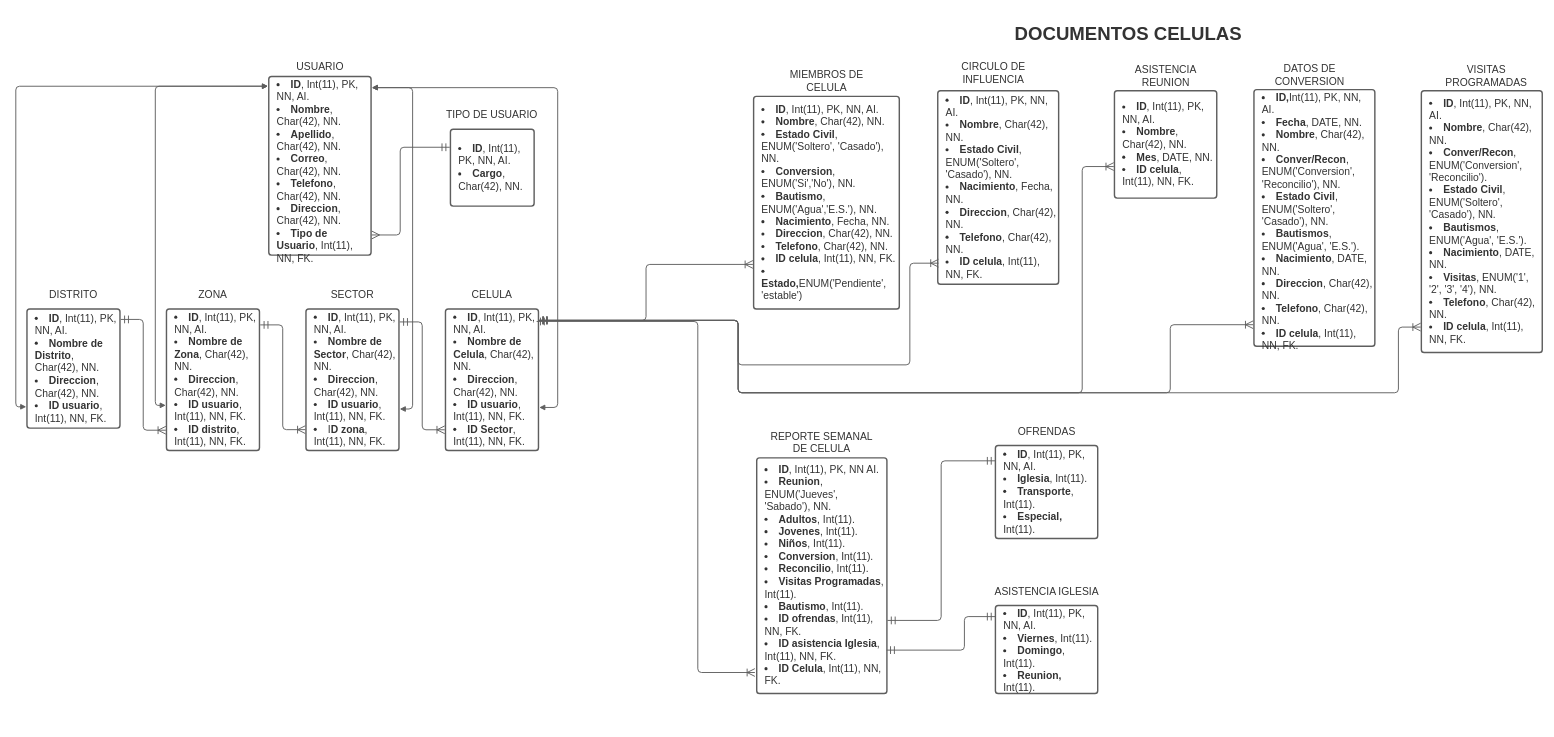
Above: page "entidad-relacion" (1 of 2) of Diagrama 1.drawio in KJCarvajal/la-cosecha (draw.io), before the change. Source tidied: cells renumbered, new cells numbered last; positions are measured from the earlier drawing's top-left corner, leaving out a move shared by most shapes. Both pictures are drawn from the tidied source at 62%, with x=0, y=0 at pixel (16, 11).
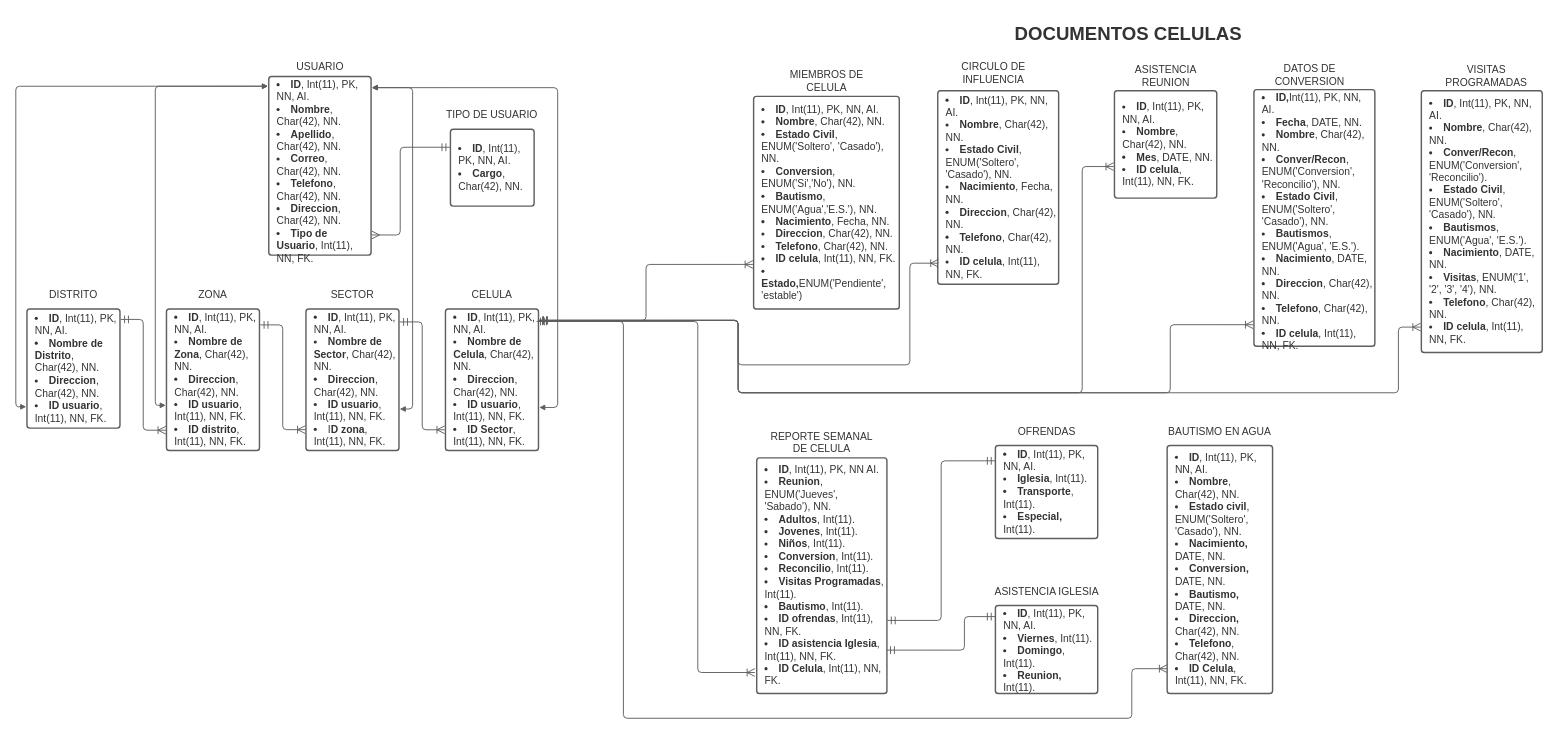
After the change.

Unchanged cells that the change refers to:
```xml
<mxCell id="13" value="&lt;ul style=&quot;margin: 0px; padding-left: 10px;list-style-position: inside; list-style-type:disc&quot;&gt;&lt;li style=&quot;text-align:left;color:#333333;font-size:16.7px;&quot;&gt;&lt;span style=&quot;margin-left: 0px;margin-top: -2px;&quot;&gt;&lt;span style=&quot;font-size:16.7px;color:#333333;font-weight: bold;&quot;&gt;ID&lt;/span&gt;&lt;span style=&quot;font-size:16.7px;color:#333333;&quot;&gt;, Int(11), PK, NN, AI.&lt;/span&gt;&lt;/span&gt;&lt;/li&gt;&lt;li style=&quot;text-align:left;color:#333333;font-size:16.7px;&quot;&gt;&lt;span style=&quot;margin-left: 0px;margin-top: -2px;&quot;&gt;&lt;span style=&quot;font-size:16.7px;color:#333333;&quot;&gt;&lt;span style=&quot;font-size:16.7px;color:#333333;font-weight: bold;&quot;&gt;Nombre de Celula&lt;/span&gt;, Char(42), NN.&lt;/span&gt;&lt;/span&gt;&lt;/li&gt;&lt;li style=&quot;text-align:left;color:#333333;font-size:16.7px;&quot;&gt;&lt;span style=&quot;margin-left: 0px;margin-top: -2px;&quot;&gt;&lt;span style=&quot;font-size:16.7px;color:#333333;&quot;&gt;&lt;span style=&quot;font-size:16.7px;color:#333333;font-weight: bold;&quot;&gt;Direccion&lt;/span&gt;, Char(42), NN.&lt;/span&gt;&lt;/span&gt;&lt;/li&gt;&lt;li style=&quot;text-align:left;color:#333333;font-size:16.7px;&quot;&gt;&lt;span style=&quot;margin-left: 0px;margin-top: -2px;&quot;&gt;&lt;span style=&quot;font-size:16.7px;color:#333333;&quot;&gt;&lt;span style=&quot;font-size:16.7px;color:#333333;font-weight: bold;&quot;&gt;ID usuario&lt;/span&gt;, Int(11), NN, FK.&lt;/span&gt;&lt;/span&gt;&lt;/li&gt;&lt;li style=&quot;text-align:left;color:#333333;font-size:16.7px;&quot;&gt;&lt;span style=&quot;margin-left: 0px;margin-top: -2px;&quot;&gt;&lt;span style=&quot;font-size:16.7px;color:#333333;&quot;&gt;&lt;span style=&quot;font-size:16.7px;color:#333333;font-weight: bold;&quot;&gt;ID Sector&lt;/span&gt;, Int(11), NN, FK.&lt;/span&gt;&lt;/span&gt;&lt;/li&gt;&lt;/ul&gt;" style="html=1;overflow=block;blockSpacing=1;whiteSpace=wrap;fontSize=13;spacing=3.8;strokeColor=#5e5e5e;strokeOpacity=100;rounded=1;absoluteArcSize=1;arcSize=9;strokeWidth=2.3;" parent="1" vertex="1">
  <mxGeometry x="693" y="480" width="150" height="228" as="geometry" />
</mxCell>
```

Change to the diagram source:
```diff
@@
+    <mxCell id="47" value="&lt;ul style=&quot;margin: 0px ; padding-left: 10px ; list-style-position: inside ; list-style-type: disc&quot;&gt;&lt;li style=&quot;text-align: left ; color: #333333 ; font-size: 16.7px&quot;&gt;&lt;span style=&quot;margin-left: 0px ; margin-top: -2px&quot;&gt;&lt;span style=&quot;font-size: 16.7px ; color: #333333 ; font-weight: bold&quot;&gt;ID&lt;/span&gt;&lt;span style=&quot;font-size: 16.7px ; color: #333333&quot;&gt;, Int(11), PK, NN, AI.&lt;/span&gt;&lt;/span&gt;&lt;/li&gt;&lt;li style=&quot;text-align: left ; color: #333333 ; font-size: 16.7px&quot;&gt;&lt;span style=&quot;margin-left: 0px ; margin-top: -2px&quot;&gt;&lt;span style=&quot;font-size: 16.7px ; color: #333333&quot;&gt;&lt;b&gt;Nombre&lt;/b&gt;, Char(42), NN.&lt;/span&gt;&lt;/span&gt;&lt;/li&gt;&lt;li style=&quot;text-align: left ; color: #333333 ; font-size: 16.7px&quot;&gt;&lt;span style=&quot;margin-left: 0px ; margin-top: -2px&quot;&gt;&lt;span style=&quot;font-size: 16.7px ; color: #333333&quot;&gt;&lt;b&gt;Estado civil&lt;/b&gt;, ENUM('Soltero', 'Casado'), NN.&lt;/span&gt;&lt;/span&gt;&lt;/li&gt;&lt;li style=&quot;text-align: left ; color: #333333 ; font-size: 16.7px&quot;&gt;&lt;span style=&quot;margin-left: 0px ; margin-top: -2px&quot;&gt;&lt;span style=&quot;font-size: 16.7px ; color: #333333&quot;&gt;&lt;b&gt;Nacimiento,&lt;/b&gt; DATE, NN.&lt;/span&gt;&lt;/span&gt;&lt;/li&gt;&lt;li style=&quot;text-align: left ; color: #333333 ; font-size: 16.7px&quot;&gt;&lt;span style=&quot;margin-left: 0px ; margin-top: -2px&quot;&gt;&lt;span style=&quot;font-size: 16.7px ; color: #333333&quot;&gt;&lt;b&gt;Conversion, &lt;/b&gt;DATE, NN.&lt;/span&gt;&lt;/span&gt;&lt;/li&gt;&lt;li style=&quot;text-align: left ; color: #333333 ; font-size: 16.7px&quot;&gt;&lt;span style=&quot;margin-left: 0px ; margin-top: -2px&quot;&gt;&lt;span style=&quot;font-size: 16.7px ; color: #333333&quot;&gt;&lt;b&gt;Bautismo, &lt;/b&gt;DATE, NN.&lt;/span&gt;&lt;/span&gt;&lt;/li&gt;&lt;li style=&quot;text-align: left ; color: #333333 ; font-size: 16.7px&quot;&gt;&lt;span style=&quot;margin-left: 0px ; margin-top: -2px&quot;&gt;&lt;span style=&quot;font-size: 16.7px ; color: #333333&quot;&gt;&lt;b&gt;Direccion,&lt;/b&gt; Char(42), NN.&lt;/span&gt;&lt;/span&gt;&lt;/li&gt;&lt;li style=&quot;text-align: left ; color: #333333 ; font-size: 16.7px&quot;&gt;&lt;span style=&quot;margin-left: 0px ; margin-top: -2px&quot;&gt;&lt;span style=&quot;font-size: 16.7px ; color: #333333&quot;&gt;&lt;b&gt;Telefono&lt;/b&gt;, Char(42), NN.&lt;/span&gt;&lt;/span&gt;&lt;/li&gt;&lt;li style=&quot;text-align: left ; color: #333333 ; font-size: 16.7px&quot;&gt;&lt;span style=&quot;margin-left: 0px ; margin-top: -2px&quot;&gt;&lt;span style=&quot;font-size: 16.7px ; color: #333333&quot;&gt;&lt;b&gt;ID Celula&lt;/b&gt;, Int(11), NN, FK.&lt;br&gt;&lt;/span&gt;&lt;/span&gt;&lt;/li&gt;&lt;/ul&gt;" style="html=1;overflow=block;blockSpacing=1;whiteSpace=wrap;fontSize=13;spacing=3.8;strokeColor=#5e5e5e;strokeOpacity=100;rounded=1;absoluteArcSize=1;arcSize=9;strokeWidth=2.3;" parent="1" vertex="1">
+      <mxGeometry x="1857" y="700" width="170" height="400" as="geometry" />
+    </mxCell>
+    <mxCell id="48" value="BAUTISMO EN AGUA" style="html=1;overflow=block;blockSpacing=1;whiteSpace=wrap;fontSize=16.7;fontColor=#333333;align=center;spacing=3.8;strokeOpacity=0;fillOpacity=0;rounded=1;absoluteArcSize=1;arcSize=9;fillColor=#ffffff;strokeWidth=2.3;" parent="1" vertex="1">
+      <mxGeometry x="1852" y="655" width="180" height="45" as="geometry" />
+    </mxCell>
+    <mxCell id="49" style="html=1;jettySize=18;whiteSpace=wrap;overflow=block;blockSpacing=1;fontSize=13;strokeColor=#5E5E5E;strokeWidth=1.5;rounded=1;arcSize=12;edgeStyle=orthogonalEdgeStyle;startArrow=ERmandOne;startSize=10;endArrow=ERoneToMany;endSize=10;exitX=1.002;exitY=0.087;exitDx=0;exitDy=0;exitPerimeter=0;" parent="1" edge="1" source="13" target="47">
+      <mxGeometry relative="1" as="geometry">
+        <Array as="points">
+          <mxPoint x="980" y="500" />
+          <mxPoint x="980" y="1140" />
+          <mxPoint x="1800" y="1140" />
+          <mxPoint x="1800" y="1060" />
+        </Array>
+      </mxGeometry>
+    </mxCell>
```
